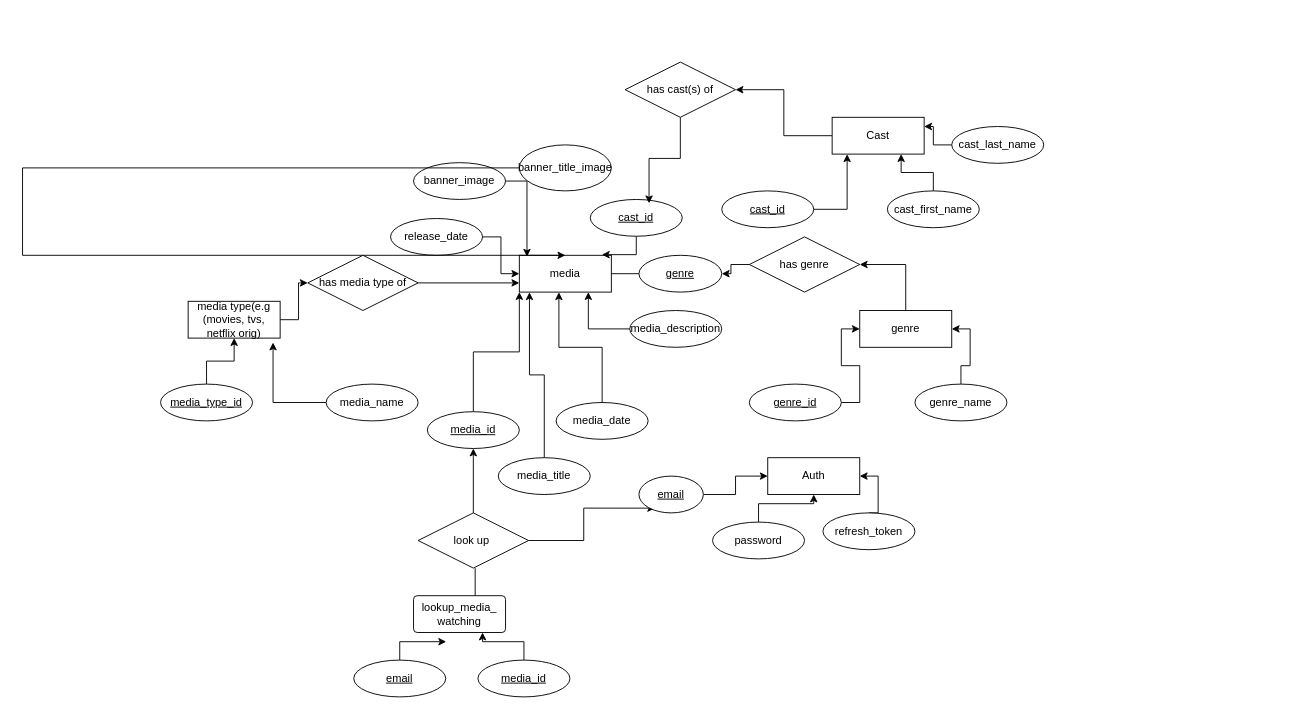
The draw.io diagram NormalizeNetflix.drawio in mattfrancis888/NormalizeNetflix, before the edit. Source tidied: cells renumbered, new cells numbered last; positions are measured from the earlier drawing's top-left corner, leaving out a move shared by most shapes. Both pictures are drawn from the tidied source at 92%, with x=0, y=0 at pixel (22, 62).
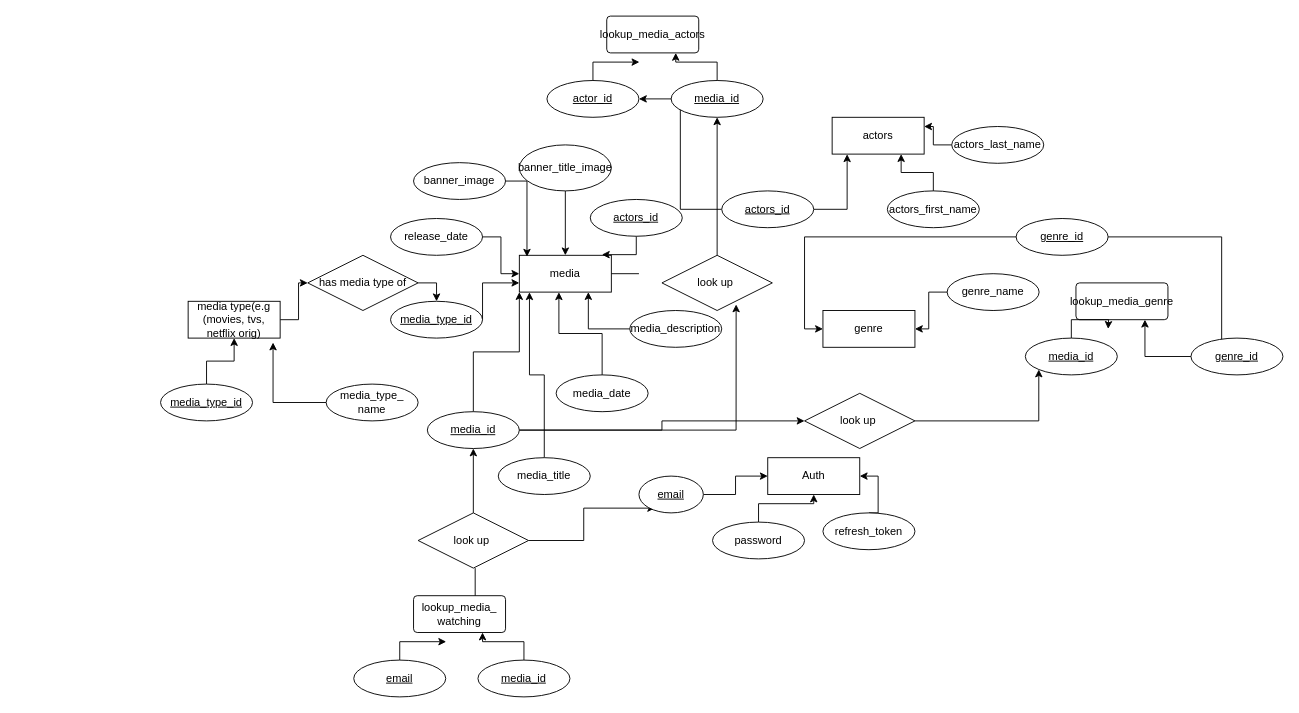
The same diagram, later.

The change refers to these unchanged cells:
```xml
<mxCell id="3" value="media_id" style="ellipse;whiteSpace=wrap;html=1;align=center;fontStyle=4;" parent="1" vertex="1">
  <mxGeometry x="440" y="380" width="100" height="40" as="geometry" />
</mxCell>
<mxCell id="7" value="media" style="whiteSpace=wrap;html=1;align=center;" parent="1" vertex="1">
  <mxGeometry x="540" y="210" width="100" height="40" as="geometry" />
</mxCell>
<mxCell id="44" value="banner_title_image" style="ellipse;whiteSpace=wrap;html=1;align=center;" parent="1" vertex="1">
  <mxGeometry x="540" y="90" width="100" height="50" as="geometry" />
</mxCell>
<mxCell id="62" value="has media type of" style="shape=rhombus;perimeter=rhombusPerimeter;whiteSpace=wrap;html=1;align=center;" parent="1" vertex="1">
  <mxGeometry x="310" y="210" width="120" height="60" as="geometry" />
</mxCell>
```

The edit, as a diff of the source:
```diff
@@
+    <mxCell id="63" style="edgeStyle=orthogonalEdgeStyle;rounded=0;jettySize=auto;html=1;" parent="1" edge="1" source="3" target="80">
+      <mxGeometry relative="1" as="geometry" />
+    </mxCell>
+    <mxCell id="64" style="edgeStyle=orthogonalEdgeStyle;rounded=0;jettySize=auto;html=1;entryX=0.672;entryY=0.89;entryDx=0;entryDy=0;entryPerimeter=0;" parent="1" edge="1" source="3" target="82">
+      <mxGeometry relative="1" as="geometry" />
+    </mxCell>
@@
-    <mxCell id="5" style="edgeStyle=orthogonalEdgeStyle;rounded=0;jettySize=auto;html=1;entryX=1;entryY=0.5;entryDx=0;entryDy=0;" parent="1" edge="1" source="6" target="32">
-      <mxGeometry relative="1" as="geometry" />
-    </mxCell>
     <mxCell id="6" value="genre" style="whiteSpace=wrap;html=1;align=center;" parent="1" vertex="1">
-      <mxGeometry x="910" y="270" width="100" height="40" as="geometry" />
+      <mxGeometry x="870" y="270" width="100" height="40" as="geometry" />
     </mxCell>
@@
     <mxCell id="11" value="media_date" style="ellipse;whiteSpace=wrap;html=1;align=center;" parent="1" vertex="1">
-      <mxGeometry x="580" y="370" width="100" height="40" as="geometry" />
+      <mxGeometry x="580" y="340" width="100" height="40" as="geometry" />
     </mxCell>
@@
     <mxCell id="15" value="genre_name&lt;br&gt;" style="ellipse;whiteSpace=wrap;html=1;align=center;" parent="1" vertex="1">
-      <mxGeometry x="970" y="350" width="100" height="40" as="geometry" />
+      <mxGeometry x="1005" y="230" width="100" height="40" as="geometry" />
     </mxCell>
-    <mxCell id="16" style="endArrow=none;html=1;rounded=0;" parent="1" edge="1" target="26">
+    <mxCell id="16" style="endArrow=none;html=1;rounded=0;" parent="1" edge="1">
       <mxGeometry relative="1" as="geometry">
         <mxPoint x="640" y="230" as="sourcePoint" />
+        <mxPoint x="670" y="230" as="targetPoint" />
       </mxGeometry>
     </mxCell>
@@
+    <mxCell id="65" style="edgeStyle=orthogonalEdgeStyle;rounded=0;jettySize=auto;html=1;entryX=0.334;entryY=0.855;entryDx=0;entryDy=0;entryPerimeter=0;" parent="1" edge="1" source="25" target="76">
+      <mxGeometry relative="1" as="geometry" />
+    </mxCell>
     <mxCell id="25" value="genre_id" style="ellipse;whiteSpace=wrap;html=1;align=center;fontStyle=4;" parent="1" vertex="1">
-      <mxGeometry x="790" y="350" width="100" height="40" as="geometry" />
+      <mxGeometry x="1080" y="170" width="100" height="40" as="geometry" />
     </mxCell>
-    <mxCell id="26" value="genre" style="ellipse;whiteSpace=wrap;html=1;align=center;fontStyle=4;" parent="1" vertex="1">
-      <mxGeometry x="670" y="210" width="90" height="40" as="geometry" />
-    </mxCell>
@@
-    <mxCell id="28" value="cast_id" style="ellipse;whiteSpace=wrap;html=1;align=center;fontStyle=4;" parent="1" vertex="1">
+    <mxCell id="28" value="actors_id" style="ellipse;whiteSpace=wrap;html=1;align=center;fontStyle=4;" parent="1" vertex="1">
       <mxGeometry x="617.1" y="149.3" width="100" height="40" as="geometry" />
     </mxCell>
@@
-    <mxCell id="31" style="edgeStyle=orthogonalEdgeStyle;rounded=0;jettySize=auto;html=1;entryX=1;entryY=0.5;entryDx=0;entryDy=0;" parent="1" edge="1" source="32" target="26">
-      <mxGeometry relative="1" as="geometry" />
-    </mxCell>
-    <mxCell id="32" value="has genre" style="shape=rhombus;perimeter=rhombusPerimeter;whiteSpace=wrap;html=1;align=center;" parent="1" vertex="1">
-      <mxGeometry x="790" y="190" width="120" height="60" as="geometry" />
-    </mxCell>
@@
     <mxCell id="43" style="edgeStyle=orthogonalEdgeStyle;rounded=0;jettySize=auto;html=1;entryX=0.5;entryY=0;entryDx=0;entryDy=0;" parent="1" edge="1" source="44" target="7">
-      <mxGeometry relative="1" as="geometry">
-        <Array as="points">
-          <mxPoint y="115" />
-          <mxPoint y="210" />
-        </Array>
-      </mxGeometry>
+      <mxGeometry relative="1" as="geometry" />
     </mxCell>
@@
-    <mxCell id="45" style="edgeStyle=orthogonalEdgeStyle;rounded=0;jettySize=auto;html=1;entryX=1;entryY=0.5;entryDx=0;entryDy=0;" parent="1" edge="1" source="46" target="52">
-      <mxGeometry relative="1" as="geometry" />
-    </mxCell>
-    <mxCell id="46" value="Cast" style="whiteSpace=wrap;html=1;align=center;" parent="1" vertex="1">
+    <mxCell id="46" value="actors" style="whiteSpace=wrap;html=1;align=center;" parent="1" vertex="1">
       <mxGeometry x="880" y="60" width="100" height="40" as="geometry" />
     </mxCell>
@@
-    <mxCell id="48" value="cast_first_name" style="ellipse;whiteSpace=wrap;html=1;align=center;" parent="1" vertex="1">
+    <mxCell id="48" value="actors_first_name" style="ellipse;whiteSpace=wrap;html=1;align=center;" parent="1" vertex="1">
       <mxGeometry x="940" y="140" width="100" height="40" as="geometry" />
     </mxCell>
@@
+    <mxCell id="66" style="edgeStyle=orthogonalEdgeStyle;rounded=0;jettySize=auto;html=1;entryX=1;entryY=0.5;entryDx=0;entryDy=0;" parent="1" edge="1" source="50" target="73">
+      <mxGeometry relative="1" as="geometry" />
+    </mxCell>
-    <mxCell id="50" value="cast_id" style="ellipse;whiteSpace=wrap;html=1;align=center;fontStyle=4;" parent="1" vertex="1">
+    <mxCell id="50" value="actors_id" style="ellipse;whiteSpace=wrap;html=1;align=center;fontStyle=4;" parent="1" vertex="1">
       <mxGeometry x="760" y="140" width="100" height="40" as="geometry" />
     </mxCell>
-    <mxCell id="51" style="edgeStyle=orthogonalEdgeStyle;rounded=0;jettySize=auto;html=1;entryX=0.639;entryY=0.104;entryDx=0;entryDy=0;entryPerimeter=0;" parent="1" edge="1" source="52" target="28">
-      <mxGeometry relative="1" as="geometry" />
-    </mxCell>
-    <mxCell id="52" value="has cast(s) of" style="shape=rhombus;perimeter=rhombusPerimeter;whiteSpace=wrap;html=1;align=center;" parent="1" vertex="1">
-      <mxGeometry x="655" width="120" height="60" as="geometry" />
-    </mxCell>
@@
-    <mxCell id="54" value="cast_last_name" style="ellipse;whiteSpace=wrap;html=1;align=center;" parent="1" vertex="1">
+    <mxCell id="54" value="actors_last_name" style="ellipse;whiteSpace=wrap;html=1;align=center;" parent="1" vertex="1">
       <mxGeometry x="1010" y="70" width="100" height="40" as="geometry" />
     </mxCell>
-    <mxCell id="55" style="edgeStyle=orthogonalEdgeStyle;rounded=0;jettySize=auto;html=1;entryX=0;entryY=0.75;entryDx=0;entryDy=0;exitX=1;exitY=0.5;exitDx=0;exitDy=0;" parent="1" edge="1" source="62" target="7">
+    <mxCell id="55" style="edgeStyle=orthogonalEdgeStyle;rounded=0;jettySize=auto;html=1;entryX=0.5;entryY=0;entryDx=0;entryDy=0;exitX=1;exitY=0.5;exitDx=0;exitDy=0;" parent="1" edge="1" source="62" target="68">
       <mxGeometry relative="1" as="geometry" />
     </mxCell>
@@
-    <mxCell id="59" value="media_name" style="ellipse;whiteSpace=wrap;html=1;align=center;" parent="1" vertex="1">
+    <mxCell id="59" value="media_type_&lt;br&gt;name" style="ellipse;whiteSpace=wrap;html=1;align=center;" parent="1" vertex="1">
       <mxGeometry x="330" y="350" width="100" height="40" as="geometry" />
     </mxCell>
@@
+    <mxCell id="67" style="edgeStyle=orthogonalEdgeStyle;rounded=0;jettySize=auto;html=1;entryX=0;entryY=0.75;entryDx=0;entryDy=0;" parent="1" edge="1" source="68" target="7">
+      <mxGeometry relative="1" as="geometry">
+        <Array as="points">
+          <mxPoint x="500" y="240" />
+        </Array>
+      </mxGeometry>
+    </mxCell>
+    <mxCell id="68" value="media_type_id" style="ellipse;whiteSpace=wrap;html=1;align=center;fontStyle=4;" parent="1" vertex="1">
+      <mxGeometry x="400" y="260" width="100" height="40" as="geometry" />
+    </mxCell>
+    <mxCell id="69" value="lookup_media_actors" style="rounded=1;arcSize=10;whiteSpace=wrap;html=1;align=center;" parent="1" vertex="1">
+      <mxGeometry x="635" y="-50" width="100" height="40" as="geometry" />
+    </mxCell>
+    <mxCell id="70" style="edgeStyle=orthogonalEdgeStyle;rounded=0;jettySize=auto;html=1;entryX=0.75;entryY=1;entryDx=0;entryDy=0;" parent="1" edge="1" source="71" target="69">
+      <mxGeometry relative="1" as="geometry" />
+    </mxCell>
+    <mxCell id="71" value="media_id" style="ellipse;whiteSpace=wrap;html=1;align=center;fontStyle=4;" parent="1" vertex="1">
+      <mxGeometry x="705" y="20" width="100" height="40" as="geometry" />
+    </mxCell>
+    <mxCell id="72" style="edgeStyle=orthogonalEdgeStyle;rounded=0;jettySize=auto;html=1;" parent="1" edge="1" source="73">
+      <mxGeometry relative="1" as="geometry">
+        <mxPoint x="670" as="targetPoint" />
+      </mxGeometry>
+    </mxCell>
+    <mxCell id="73" value="actor_id" style="ellipse;whiteSpace=wrap;html=1;align=center;fontStyle=4;" parent="1" vertex="1">
+      <mxGeometry x="570" y="20" width="100" height="40" as="geometry" />
+    </mxCell>
+    <mxCell id="74" value="lookup_media_genre" style="rounded=1;arcSize=10;whiteSpace=wrap;html=1;align=center;" parent="1" vertex="1">
+      <mxGeometry x="1145" y="240" width="100" height="40" as="geometry" />
+    </mxCell>
+    <mxCell id="75" style="edgeStyle=orthogonalEdgeStyle;rounded=0;jettySize=auto;html=1;entryX=0.75;entryY=1;entryDx=0;entryDy=0;" parent="1" edge="1" source="76" target="74">
+      <mxGeometry relative="1" as="geometry" />
+    </mxCell>
+    <mxCell id="76" value="genre_id" style="ellipse;whiteSpace=wrap;html=1;align=center;fontStyle=4;" parent="1" vertex="1">
+      <mxGeometry x="1270" y="300" width="100" height="40" as="geometry" />
+    </mxCell>
+    <mxCell id="77" style="edgeStyle=orthogonalEdgeStyle;rounded=0;jettySize=auto;html=1;" parent="1" edge="1" source="78">
+      <mxGeometry relative="1" as="geometry">
+        <mxPoint x="1180" y="290" as="targetPoint" />
+      </mxGeometry>
+    </mxCell>
+    <mxCell id="78" value="media_id" style="ellipse;whiteSpace=wrap;html=1;align=center;fontStyle=4;" parent="1" vertex="1">
+      <mxGeometry x="1090" y="300" width="100" height="40" as="geometry" />
+    </mxCell>
+    <mxCell id="79" style="edgeStyle=orthogonalEdgeStyle;rounded=0;jettySize=auto;html=1;entryX=0;entryY=1;entryDx=0;entryDy=0;" parent="1" edge="1" source="80" target="78">
+      <mxGeometry relative="1" as="geometry" />
+    </mxCell>
+    <mxCell id="80" value="look up&amp;nbsp;" style="shape=rhombus;perimeter=rhombusPerimeter;whiteSpace=wrap;html=1;align=center;" parent="1" vertex="1">
+      <mxGeometry x="850" y="360" width="120" height="60" as="geometry" />
+    </mxCell>
+    <mxCell id="81" style="edgeStyle=orthogonalEdgeStyle;rounded=0;jettySize=auto;html=1;entryX=0.5;entryY=1;entryDx=0;entryDy=0;" parent="1" edge="1" source="82" target="71">
+      <mxGeometry relative="1" as="geometry" />
+    </mxCell>
+    <mxCell id="82" value="look up&amp;nbsp;" style="shape=rhombus;perimeter=rhombusPerimeter;whiteSpace=wrap;html=1;align=center;" parent="1" vertex="1">
+      <mxGeometry x="695" y="210" width="120" height="60" as="geometry" />
+    </mxCell>
```
